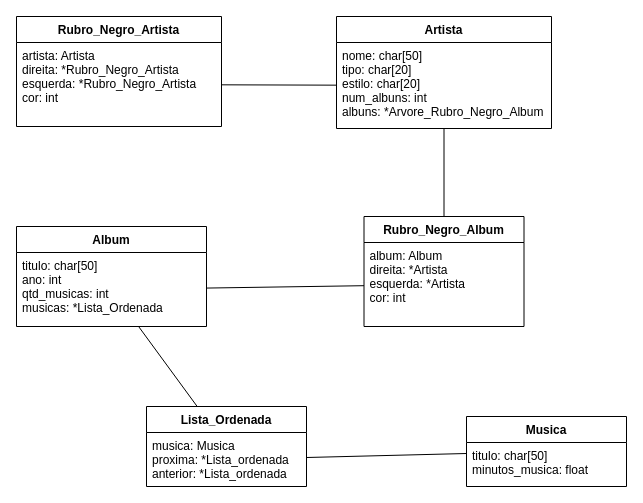
mauriciobenjamin700/6_periodo keeps this draw.io diagram as ED_II/TB_II/docs/01.drawio. Above is the earlier version. Source tidied: cells renumbered, new cells numbered last; positions are measured from the earlier drawing's top-left corner, leaving out a move shared by most shapes. Both pictures are drawn from the tidied source at 100%, with x=0, y=0 at pixel (16, 16).
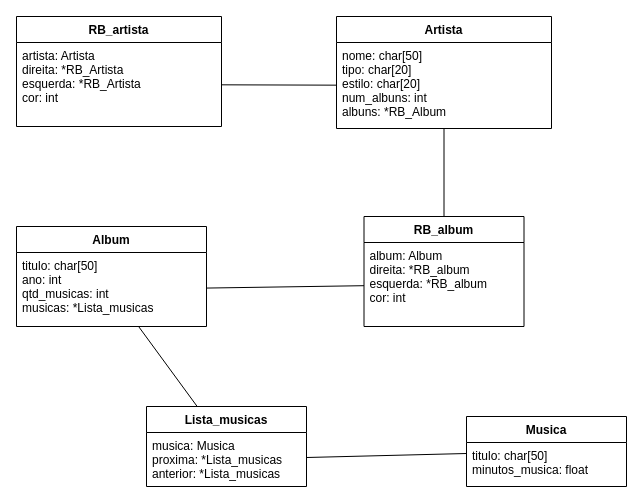
After the change.

Change to the diagram source:
```diff
@@
 <mxGraphModel>
   <root>
     <mxCell id="0" />
     <mxCell id="1" parent="0" />
     <mxCell id="2" value="Artista" style="swimlane;fontStyle=1;align=center;verticalAlign=top;horizontal=1;startSize=26;" parent="1" vertex="1">
       <mxGeometry x="320" width="215" height="112" as="geometry" />
     </mxCell>
-    <mxCell id="3" value="nome: char[50]&#10;tipo: char[20]&#10;estilo: char[20]&#10;num_albuns: int&#10;albuns: *Arvore_Rubro_Negro_Album" style="text;strokeColor=none;fillColor=none;align=left;verticalAlign=top;spacingLeft=4;spacingRight=4;overflow=hidden;points=[[0,0.5],[1,0.5]];portConstraint=eastwest;" parent="2" vertex="1">
+    <mxCell id="3" value="nome: char[50]&#10;tipo: char[20]&#10;estilo: char[20]&#10;num_albuns: int&#10;albuns: *RB_Album" style="text;strokeColor=none;fillColor=none;align=left;verticalAlign=top;spacingLeft=4;spacingRight=4;overflow=hidden;points=[[0,0.5],[1,0.5]];portConstraint=eastwest;" parent="2" vertex="1">
       <mxGeometry y="26" width="215" height="86" as="geometry" />
     </mxCell>
     <mxCell id="4" value="Album" style="swimlane;fontStyle=1;align=center;verticalAlign=top;horizontal=1;startSize=26;" parent="1" vertex="1">
       <mxGeometry y="210" width="190" height="100" as="geometry" />
     </mxCell>
-    <mxCell id="5" value="titulo: char[50]&#10;ano: int&#10;qtd_musicas: int&#10;musicas: *Lista_Ordenada" style="text;strokeColor=none;fillColor=none;align=left;verticalAlign=top;spacingLeft=4;spacingRight=4;overflow=hidden;points=[[0,0.5],[1,0.5]];portConstraint=eastwest;" parent="4" vertex="1">
+    <mxCell id="5" value="titulo: char[50]&#10;ano: int&#10;qtd_musicas: int&#10;musicas: *Lista_musicas" style="text;strokeColor=none;fillColor=none;align=left;verticalAlign=top;spacingLeft=4;spacingRight=4;overflow=hidden;points=[[0,0.5],[1,0.5]];portConstraint=eastwest;" parent="4" vertex="1">
       <mxGeometry y="26" width="190" height="74" as="geometry" />
     </mxCell>
     <mxCell id="6" style="edgeStyle=none;html=1;startArrow=none;startFill=0;endArrow=none;endFill=0;" parent="1" edge="1" source="7" target="11">
       <mxGeometry relative="1" as="geometry" />
     </mxCell>
     <mxCell id="7" value="Musica" style="swimlane;fontStyle=1;align=center;verticalAlign=top;horizontal=1;startSize=26;" parent="1" vertex="1">
       <mxGeometry x="450" y="400" width="160" height="70" as="geometry" />
     </mxCell>
     <mxCell id="8" value="titulo: char[50]&#10;minutos_musica: float&#10;" style="text;strokeColor=none;fillColor=none;align=left;verticalAlign=top;spacingLeft=4;spacingRight=4;overflow=hidden;" parent="7" vertex="1">
       <mxGeometry y="26" width="160" height="44" as="geometry" />
     </mxCell>
     <mxCell id="9" style="edgeStyle=none;html=1;startArrow=none;startFill=0;endArrow=none;endFill=0;" parent="1" edge="1" source="10" target="5">
       <mxGeometry relative="1" as="geometry" />
     </mxCell>
-    <mxCell id="10" value="Lista_Ordenada" style="swimlane;fontStyle=1;align=center;verticalAlign=top;horizontal=1;startSize=26;" parent="1" vertex="1">
+    <mxCell id="10" value="Lista_musicas" style="swimlane;fontStyle=1;align=center;verticalAlign=top;horizontal=1;startSize=26;" parent="1" vertex="1">
       <mxGeometry x="130" y="390" width="160" height="80" as="geometry" />
     </mxCell>
-    <mxCell id="11" value="musica: Musica&#10;proxima: *Lista_ordenada&#10;anterior: *Lista_ordenada" style="text;strokeColor=none;fillColor=none;align=left;verticalAlign=top;spacingLeft=4;spacingRight=4;overflow=hidden;points=[[0,0.5],[1,0.5]];portConstraint=eastwest;" parent="10" vertex="1">
+    <mxCell id="11" value="musica: Musica&#10;proxima: *Lista_musicas&#10;anterior: *Lista_musicas" style="text;strokeColor=none;fillColor=none;align=left;verticalAlign=top;spacingLeft=4;spacingRight=4;overflow=hidden;points=[[0,0.5],[1,0.5]];portConstraint=eastwest;" parent="10" vertex="1">
       <mxGeometry y="26" width="160" height="54" as="geometry" />
     </mxCell>
     <mxCell id="12" style="edgeStyle=none;html=1;startArrow=none;startFill=0;endArrow=none;endFill=0;" parent="1" edge="1" source="13" target="3">
       <mxGeometry relative="1" as="geometry" />
     </mxCell>
-    <mxCell id="13" value="Rubro_Negro_Album" style="swimlane;fontStyle=1;align=center;verticalAlign=top;horizontal=1;startSize=26;" parent="1" vertex="1">
+    <mxCell id="13" value="RB_album" style="swimlane;fontStyle=1;align=center;verticalAlign=top;horizontal=1;startSize=26;" parent="1" vertex="1">
       <mxGeometry x="347.5" y="200" width="160" height="110" as="geometry" />
     </mxCell>
-    <mxCell id="14" value="album: Album&#10;direita: *Artista&#10;esquerda: *Artista&#10;cor: int&#10;" style="text;strokeColor=none;fillColor=none;align=left;verticalAlign=top;spacingLeft=4;spacingRight=4;overflow=hidden;points=[[0,0.5],[1,0.5]];portConstraint=eastwest;" parent="13" vertex="1">
+    <mxCell id="14" value="album: Album&#10;direita: *RB_album&#10;esquerda: *RB_album&#10;cor: int&#10;" style="text;strokeColor=none;fillColor=none;align=left;verticalAlign=top;spacingLeft=4;spacingRight=4;overflow=hidden;points=[[0,0.5],[1,0.5]];portConstraint=eastwest;" parent="13" vertex="1">
       <mxGeometry y="26" width="160" height="84" as="geometry" />
     </mxCell>
-    <mxCell id="15" value="Rubro_Negro_Artista" style="swimlane;fontStyle=1;align=center;verticalAlign=top;horizontal=1;startSize=26;" parent="1" vertex="1">
+    <mxCell id="15" value="RB_artista" style="swimlane;fontStyle=1;align=center;verticalAlign=top;horizontal=1;startSize=26;" parent="1" vertex="1">
       <mxGeometry width="205" height="110" as="geometry" />
     </mxCell>
-    <mxCell id="16" value="artista: Artista&#10;direita: *Rubro_Negro_Artista&#10;esquerda: *Rubro_Negro_Artista&#10;cor: int" style="text;strokeColor=none;fillColor=none;align=left;verticalAlign=top;spacingLeft=4;spacingRight=4;overflow=hidden;points=[[0,0.5],[1,0.5]];portConstraint=eastwest;" parent="15" vertex="1">
+    <mxCell id="16" value="artista: Artista&#10;direita: *RB_Artista&#10;esquerda: *RB_Artista&#10;cor: int" style="text;strokeColor=none;fillColor=none;align=left;verticalAlign=top;spacingLeft=4;spacingRight=4;overflow=hidden;points=[[0,0.5],[1,0.5]];portConstraint=eastwest;" parent="15" vertex="1">
       <mxGeometry y="26" width="205" height="84" as="geometry" />
     </mxCell>
     <mxCell id="17" style="edgeStyle=none;html=1;startArrow=none;startFill=0;endArrow=none;endFill=0;" parent="1" edge="1" source="5" target="14">
       <mxGeometry relative="1" as="geometry" />
     </mxCell>
     <mxCell id="18" style="edgeStyle=none;html=1;startArrow=none;startFill=0;endArrow=none;endFill=0;" parent="1" edge="1" source="3" target="16">
       <mxGeometry relative="1" as="geometry" />
     </mxCell>
   </root>
 </mxGraphModel>
```
